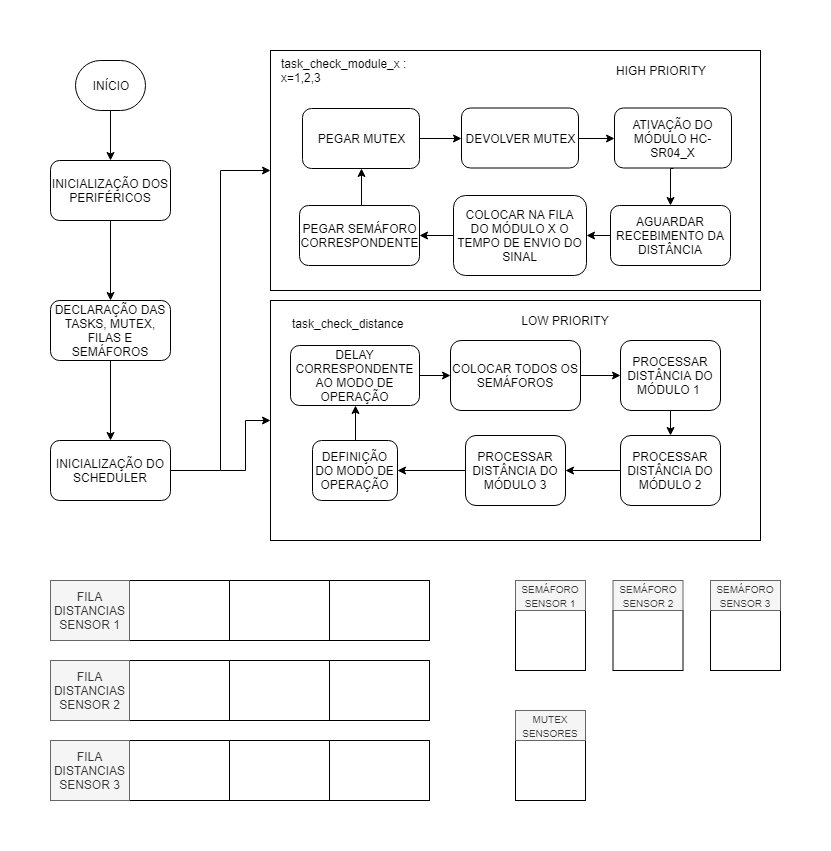
Before: resources/Flowchart.png, a diagram exported from draw.io (microcontroladores2019/OSMAR). Source tidied: cells renumbered, new cells last; positions are measured from the earlier drawing's top-left corner, leaving out a move shared by most shapes.
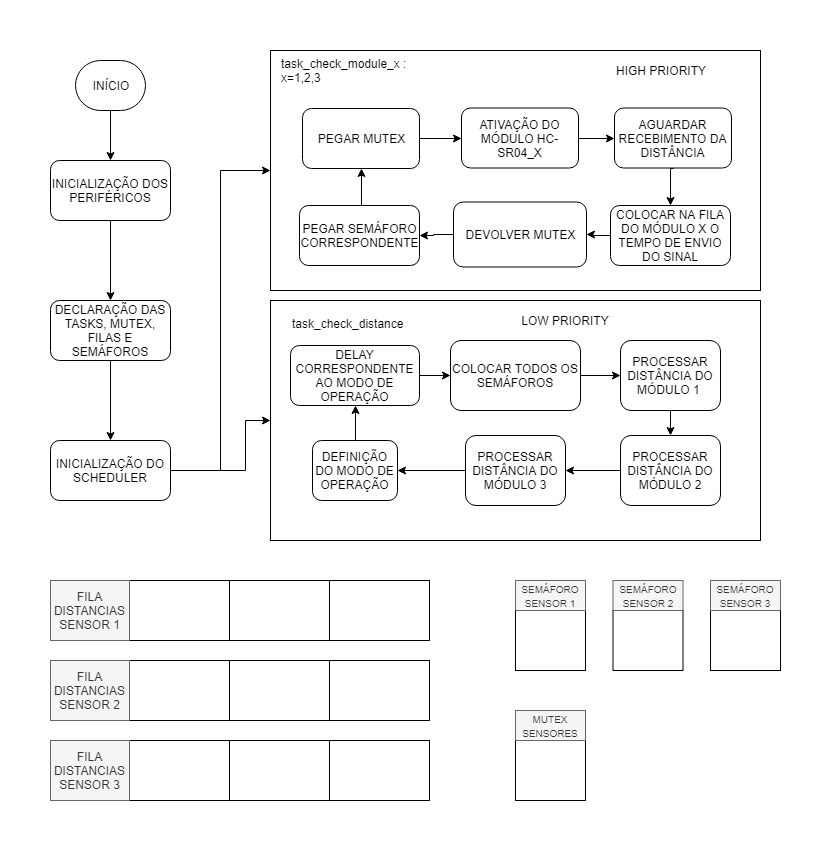
The same file after the commit.

Change to the diagram source:
```diff
@@ -40,14 +40,14 @@
     <mxCell id="13" style="edgeStyle=orthogonalEdgeStyle;rounded=0;jettySize=auto;html=1;exitX=0.5;exitY=1;exitDx=0;exitDy=0;entryX=0.5;entryY=0;entryDx=0;entryDy=0;" parent="1" edge="1" source="14" target="27">
       <mxGeometry relative="1" as="geometry" />
     </mxCell>
-    <mxCell id="14" value="ATIVAÇÃO DO MÓDULO HC-SR04_X" style="rounded=1;whiteSpace=wrap;html=1;fillColor=none;" parent="1" vertex="1">
+    <mxCell id="14" value="AGUARDAR RECEBIMENTO DA DISTÂNCIA" style="rounded=1;whiteSpace=wrap;html=1;fillColor=none;" parent="1" vertex="1">
       <mxGeometry x="564" y="57.5" width="117" height="60" as="geometry" />
     </mxCell>
-    <mxCell id="15" style="edgeStyle=orthogonalEdgeStyle;rounded=0;jettySize=auto;html=1;exitX=0;exitY=0.5;exitDx=0;exitDy=0;entryX=1;entryY=0.5;entryDx=0;entryDy=0;" parent="1" edge="1" source="16" target="18">
+    <mxCell id="15" style="edgeStyle=orthogonalEdgeStyle;rounded=0;jettySize=auto;html=1;exitX=0;exitY=0.5;exitDx=0;exitDy=0;" parent="1" edge="1" source="16" target="18">
       <mxGeometry relative="1" as="geometry" />
     </mxCell>
-    <mxCell id="16" value="COLOCAR NA FILA DO MÓDULO X O TEMPO DE ENVIO DO SINAL" style="rounded=1;whiteSpace=wrap;html=1;fillColor=none;" parent="1" vertex="1">
-      <mxGeometry x="403" y="145" width="133" height="80" as="geometry" />
+    <mxCell id="16" value="DEVOLVER MUTEX" style="rounded=1;whiteSpace=wrap;html=1;fillColor=none;" parent="1" vertex="1">
+      <mxGeometry x="403" y="151.5" width="133" height="65" as="geometry" />
     </mxCell>
     <mxCell id="17" style="edgeStyle=orthogonalEdgeStyle;rounded=0;jettySize=auto;html=1;exitX=0.5;exitY=0;exitDx=0;exitDy=0;entryX=0.5;entryY=1;entryDx=0;entryDy=0;" parent="1" edge="1" source="18" target="58">
       <mxGeometry relative="1" as="geometry" />
@@ -76,10 +76,10 @@
     <mxCell id="25" value="DEFINIÇÃO DO MODO DE OPERAÇÃO" style="rounded=1;whiteSpace=wrap;html=1;fillColor=none;" parent="1" vertex="1">
       <mxGeometry x="262" y="390" width="85" height="60" as="geometry" />
     </mxCell>
-    <mxCell id="26" style="edgeStyle=orthogonalEdgeStyle;rounded=0;jettySize=auto;html=1;exitX=0;exitY=0.5;exitDx=0;exitDy=0;entryX=1;entryY=0.5;entryDx=0;entryDy=0;" parent="1" edge="1" source="27" target="16">
+    <mxCell id="26" style="edgeStyle=orthogonalEdgeStyle;rounded=0;jettySize=auto;html=1;exitX=0;exitY=0.5;exitDx=0;exitDy=0;" parent="1" edge="1" source="27" target="16">
       <mxGeometry relative="1" as="geometry" />
     </mxCell>
-    <mxCell id="27" value="AGUARDAR RECEBIMENTO DA DISTÂNCIA" style="rounded=1;whiteSpace=wrap;html=1;fillColor=none;" parent="1" vertex="1">
+    <mxCell id="27" value="COLOCAR NA FILA DO MÓDULO X O TEMPO DE ENVIO DO SINAL" style="rounded=1;whiteSpace=wrap;html=1;fillColor=none;" parent="1" vertex="1">
       <mxGeometry x="560" y="155" width="120" height="60" as="geometry" />
     </mxCell>
     <mxCell id="28" style="edgeStyle=orthogonalEdgeStyle;rounded=0;jettySize=auto;html=1;exitX=0.5;exitY=1;exitDx=0;exitDy=0;entryX=0.5;entryY=0;entryDx=0;entryDy=0;strokeColor=#000000;" parent="1" edge="1" source="29" target="31">
@@ -178,7 +178,7 @@
     <mxCell id="59" style="edgeStyle=orthogonalEdgeStyle;rounded=0;jettySize=auto;html=1;exitX=1;exitY=0.5;exitDx=0;exitDy=0;entryX=0;entryY=0.5;entryDx=0;entryDy=0;" parent="1" edge="1" source="60" target="14">
       <mxGeometry relative="1" as="geometry" />
     </mxCell>
-    <mxCell id="60" value="DEVOLVER MUTEX" style="rounded=1;whiteSpace=wrap;html=1;fillColor=none;" parent="1" vertex="1">
+    <mxCell id="60" value="ATIVAÇÃO DO MÓDULO HC-SR04_X" style="rounded=1;whiteSpace=wrap;html=1;fillColor=none;" parent="1" vertex="1">
       <mxGeometry x="411" y="57.5" width="117" height="60" as="geometry" />
     </mxCell>
   </root>
```
